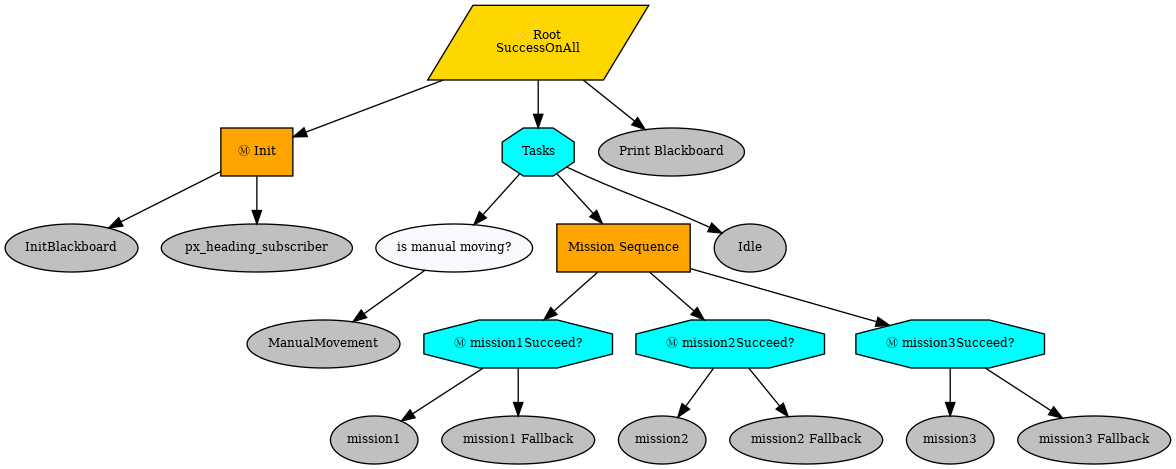
Before: root.png, a diagram exported from Graphviz (AMV-UI/KKI-25). Its source is kept beside it as root.dot.
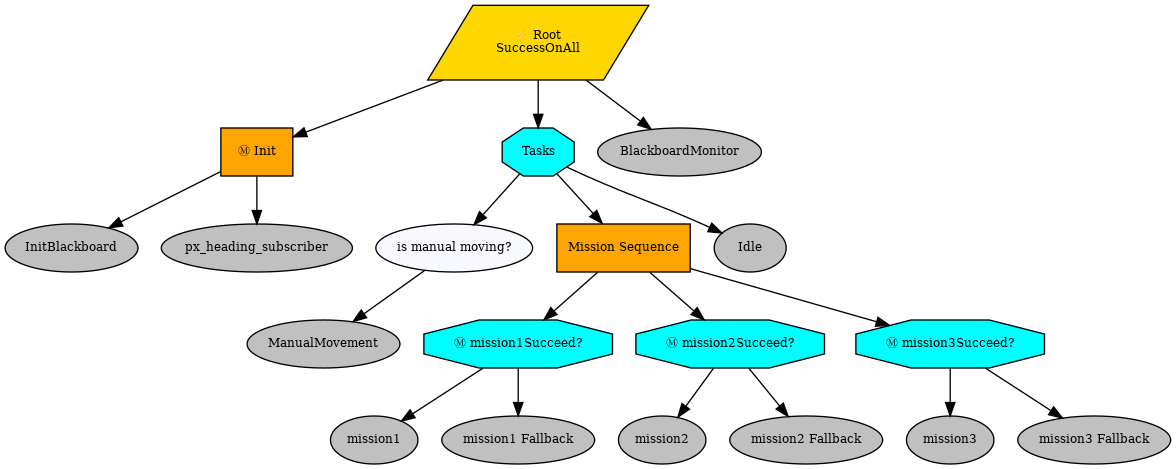
The same file after the commit.

Change to the diagram source:
```diff
@@ -38,6 +38,6 @@
 "mission3Succeed?" -> "mission3 Fallback";
 Idle [fillcolor=gray, fontcolor=black, fontsize=9, label=Idle, shape=ellipse, style=filled];
 Tasks -> Idle;
-"Print Blackboard" [fillcolor=gray, fontcolor=black, fontsize=9, label="Print Blackboard", shape=ellipse, style=filled];
-Root -> "Print Blackboard";
+BlackboardMonitor [fillcolor=gray, fontcolor=black, fontsize=9, label=BlackboardMonitor, shape=ellipse, style=filled];
+Root -> BlackboardMonitor;
 }
```
